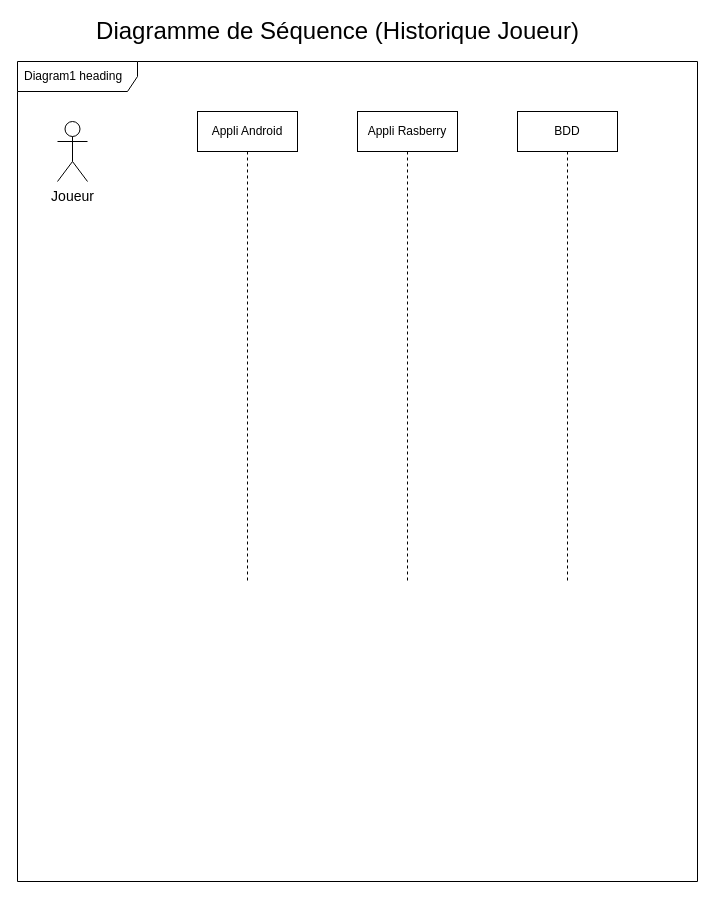
Above: Diagramme/Diagramme de Séquence (Historique Joueur).drawio in Hazim-AS/SensorPong (draw.io), before the change. Source tidied: cells renumbered, new cells numbered last; positions are measured from the earlier drawing's top-left corner, leaving out a move shared by most shapes. Both pictures are drawn from the tidied source at 100%, with x=0, y=0 at pixel (17, 21).
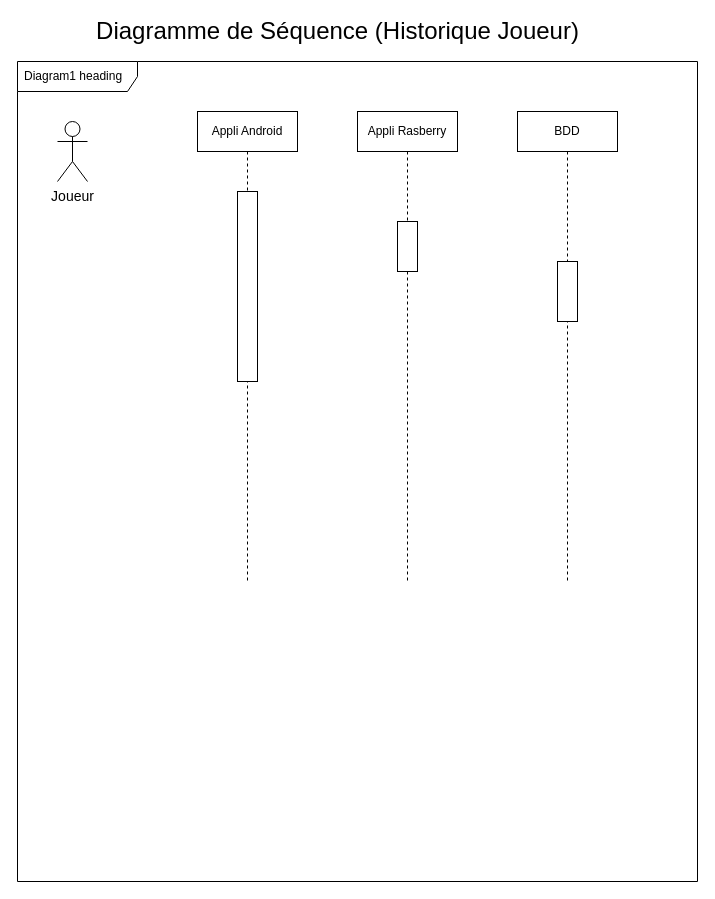
The same diagram, later.

The edit, as a diff of the source:
```diff
@@
 <mxGraphModel>
   <root>
     <mxCell id="0" />
     <mxCell id="1" parent="0" />
     <mxCell id="2" value="Diagram1 heading" style="shape=umlFrame;whiteSpace=wrap;html=1;width=120;height=30;boundedLbl=1;verticalAlign=middle;align=left;spacingLeft=5;" parent="1" vertex="1">
       <mxGeometry y="40" width="680" height="820" as="geometry" />
     </mxCell>
     <mxCell id="3" value="&lt;font style=&quot;font-size: 14px&quot;&gt;Joueur&lt;/font&gt;" style="shape=umlActor;verticalLabelPosition=bottom;verticalAlign=top;html=1;" parent="1" vertex="1">
       <mxGeometry x="40" y="100" width="30" height="60" as="geometry" />
     </mxCell>
     <mxCell id="4" value="Appli Android" style="shape=umlLifeline;perimeter=lifelinePerimeter;whiteSpace=wrap;html=1;" parent="1" vertex="1">
       <mxGeometry x="180" y="90" width="100" height="470" as="geometry" />
     </mxCell>
+    <mxCell id="8" style="rounded=0;whiteSpace=wrap;html=1;fontSize=14;" parent="4" vertex="1">
+      <mxGeometry x="40" y="80" width="20" height="190" as="geometry" />
+    </mxCell>
     <mxCell id="5" value="Appli Rasberry" style="shape=umlLifeline;perimeter=lifelinePerimeter;whiteSpace=wrap;html=1;" parent="1" vertex="1">
       <mxGeometry x="340" y="90" width="100" height="470" as="geometry" />
     </mxCell>
+    <mxCell id="9" style="rounded=0;whiteSpace=wrap;html=1;fontSize=14;" parent="5" vertex="1">
+      <mxGeometry x="40" y="110" width="20" height="50" as="geometry" />
+    </mxCell>
     <mxCell id="6" value="BDD" style="shape=umlLifeline;perimeter=lifelinePerimeter;whiteSpace=wrap;html=1;" parent="1" vertex="1">
       <mxGeometry x="500" y="90" width="100" height="470" as="geometry" />
     </mxCell>
+    <mxCell id="10" style="rounded=0;whiteSpace=wrap;html=1;fontSize=14;" parent="6" vertex="1">
+      <mxGeometry x="40" y="150" width="20" height="60" as="geometry" />
+    </mxCell>
     <mxCell id="7" value="&lt;font style=&quot;font-size: 24px&quot;&gt;Diagramme de Séquence (Historique Joueur)&lt;/font&gt;" style="text;html=1;align=center;verticalAlign=middle;fillColor=none;strokeColor=none;rounded=0;" parent="1" vertex="1">
       <mxGeometry x="70" width="500" height="20" as="geometry" />
     </mxCell>
   </root>
 </mxGraphModel>
```
